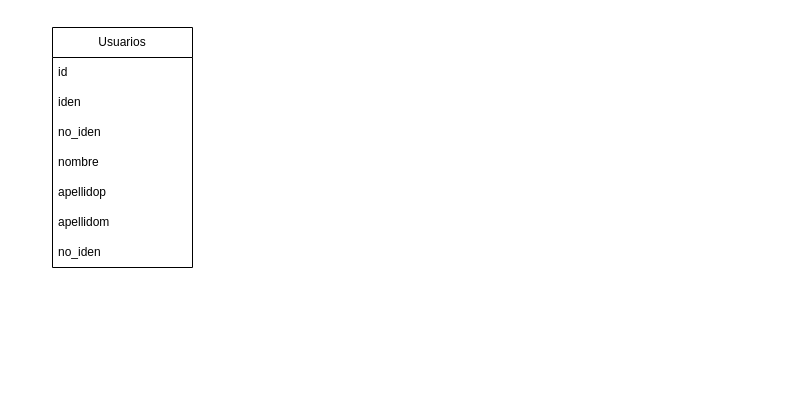
Before: page "Página-2" (2 of 2) of Proyecto_Desarrollo.drawio in Memo231823/ProyectoP, a draw.io diagram. Source tidied: cells renumbered, new cells numbered last; positions are measured from the earlier drawing's top-left corner, leaving out a move shared by most shapes. Both pictures are drawn from the tidied source at 100%, with x=0, y=0 at pixel (52, 27).
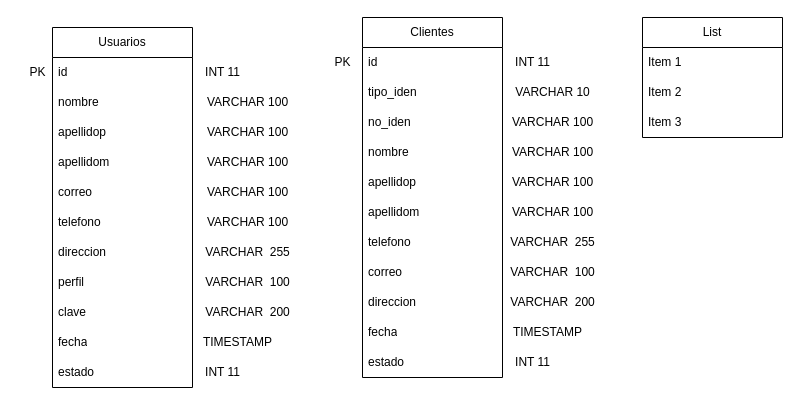
After the change.

What changed in the source:
```diff
@@
     <mxCell id="2" value="Usuarios" style="swimlane;fontStyle=0;horizontal=1;startSize=30;whiteSpace=wrap;html=1;" parent="1" vertex="1">
-      <mxGeometry width="140" height="240" as="geometry" />
+      <mxGeometry width="140" height="360" as="geometry" />
     </mxCell>
-    <mxCell id="3" value="id" style="text;strokeColor=none;fillColor=none;align=left;verticalAlign=middle;spacingLeft=4;spacingRight=4;overflow=hidden;whiteSpace=wrap;html=1;" parent="2" vertex="1">
-      <mxGeometry y="30" width="140" height="30" as="geometry" />
-    </mxCell>
-    <mxCell id="4" value="iden" style="text;strokeColor=none;fillColor=none;align=left;verticalAlign=middle;spacingLeft=4;spacingRight=4;overflow=hidden;whiteSpace=wrap;html=1;" parent="2" vertex="1">
-      <mxGeometry y="60" width="140" height="30" as="geometry" />
-    </mxCell>
-    <mxCell id="5" value="no_iden" style="text;strokeColor=none;fillColor=none;align=left;verticalAlign=middle;spacingLeft=4;spacingRight=4;overflow=hidden;whiteSpace=wrap;html=1;" parent="2" vertex="1">
-      <mxGeometry y="90" width="140" height="30" as="geometry" />
-    </mxCell>
+    <mxCell id="10" value="id" style="text;strokeColor=none;fillColor=none;align=left;verticalAlign=middle;spacingLeft=4;spacingRight=4;overflow=hidden;whiteSpace=wrap;html=1;" parent="2" vertex="1">
+      <mxGeometry y="30" width="140" height="30" as="geometry" />
+    </mxCell>
     <mxCell id="6" value="nombre" style="text;strokeColor=none;fillColor=none;align=left;verticalAlign=middle;spacingLeft=4;spacingRight=4;overflow=hidden;whiteSpace=wrap;html=1;" parent="2" vertex="1">
-      <mxGeometry y="120" width="140" height="30" as="geometry" />
+      <mxGeometry y="60" width="140" height="30" as="geometry" />
     </mxCell>
     <mxCell id="7" value="apellidop" style="text;strokeColor=none;fillColor=none;align=left;verticalAlign=middle;spacingLeft=4;spacingRight=4;overflow=hidden;whiteSpace=wrap;html=1;" parent="2" vertex="1">
-      <mxGeometry y="150" width="140" height="30" as="geometry" />
+      <mxGeometry y="90" width="140" height="30" as="geometry" />
     </mxCell>
     <mxCell id="8" value="apellidom" style="text;strokeColor=none;fillColor=none;align=left;verticalAlign=middle;spacingLeft=4;spacingRight=4;overflow=hidden;whiteSpace=wrap;html=1;" parent="2" vertex="1">
-      <mxGeometry y="180" width="140" height="30" as="geometry" />
+      <mxGeometry y="120" width="140" height="30" as="geometry" />
     </mxCell>
-    <mxCell id="9" value="no_iden" style="text;strokeColor=none;fillColor=none;align=left;verticalAlign=middle;spacingLeft=4;spacingRight=4;overflow=hidden;whiteSpace=wrap;html=1;" parent="2" vertex="1">
-      <mxGeometry y="210" width="140" height="30" as="geometry" />
+    <mxCell id="9" value="correo" style="text;strokeColor=none;fillColor=none;align=left;verticalAlign=middle;spacingLeft=4;spacingRight=4;overflow=hidden;whiteSpace=wrap;html=1;" parent="2" vertex="1">
+      <mxGeometry y="150" width="140" height="30" as="geometry" />
     </mxCell>
+    <mxCell id="11" value="telefono" style="text;strokeColor=none;fillColor=none;align=left;verticalAlign=middle;spacingLeft=4;spacingRight=4;overflow=hidden;whiteSpace=wrap;html=1;" parent="2" vertex="1">
+      <mxGeometry y="180" width="140" height="30" as="geometry" />
+    </mxCell>
+    <mxCell id="12" value="direccion" style="text;strokeColor=none;fillColor=none;align=left;verticalAlign=middle;spacingLeft=4;spacingRight=4;overflow=hidden;whiteSpace=wrap;html=1;" parent="2" vertex="1">
+      <mxGeometry y="210" width="140" height="30" as="geometry" />
+    </mxCell>
+    <mxCell id="13" value="perfil" style="text;strokeColor=none;fillColor=none;align=left;verticalAlign=middle;spacingLeft=4;spacingRight=4;overflow=hidden;whiteSpace=wrap;html=1;" parent="2" vertex="1">
+      <mxGeometry y="240" width="140" height="30" as="geometry" />
+    </mxCell>
+    <mxCell id="14" value="clave" style="text;strokeColor=none;fillColor=none;align=left;verticalAlign=middle;spacingLeft=4;spacingRight=4;overflow=hidden;whiteSpace=wrap;html=1;" parent="2" vertex="1">
+      <mxGeometry y="270" width="140" height="30" as="geometry" />
+    </mxCell>
+    <mxCell id="15" value="fecha" style="text;strokeColor=none;fillColor=none;align=left;verticalAlign=middle;spacingLeft=4;spacingRight=4;overflow=hidden;whiteSpace=wrap;html=1;" parent="2" vertex="1">
+      <mxGeometry y="300" width="140" height="30" as="geometry" />
+    </mxCell>
+    <mxCell id="16" value="estado" style="text;strokeColor=none;fillColor=none;align=left;verticalAlign=middle;spacingLeft=4;spacingRight=4;overflow=hidden;whiteSpace=wrap;html=1;" parent="2" vertex="1">
+      <mxGeometry y="330" width="140" height="30" as="geometry" />
+    </mxCell>
+    <mxCell id="17" value="PK" style="text;html=1;align=center;verticalAlign=middle;strokeColor=none;fillColor=none;" parent="1" vertex="1">
+      <mxGeometry x="-35" y="30" width="40" height="30" as="geometry" />
+    </mxCell>
+    <mxCell id="18" value="VARCHAR 100" style="text;html=1;align=center;verticalAlign=middle;strokeColor=none;fillColor=none;" parent="1" vertex="1">
+      <mxGeometry x="140" y="60" width="110" height="30" as="geometry" />
+    </mxCell>
+    <mxCell id="19" value="VARCHAR 100" style="text;html=1;align=center;verticalAlign=middle;strokeColor=none;fillColor=none;" parent="1" vertex="1">
+      <mxGeometry x="140" y="90" width="110" height="30" as="geometry" />
+    </mxCell>
+    <mxCell id="20" value="VARCHAR 100" style="text;html=1;align=center;verticalAlign=middle;strokeColor=none;fillColor=none;" parent="1" vertex="1">
+      <mxGeometry x="140" y="120" width="110" height="30" as="geometry" />
+    </mxCell>
+    <mxCell id="21" value="VARCHAR 100" style="text;html=1;align=center;verticalAlign=middle;strokeColor=none;fillColor=none;" parent="1" vertex="1">
+      <mxGeometry x="140" y="150" width="110" height="30" as="geometry" />
+    </mxCell>
+    <mxCell id="22" value="VARCHAR 100" style="text;html=1;align=center;verticalAlign=middle;strokeColor=none;fillColor=none;" parent="1" vertex="1">
+      <mxGeometry x="140" y="180" width="110" height="30" as="geometry" />
+    </mxCell>
+    <mxCell id="23" value="VARCHAR&amp;nbsp; 255" style="text;html=1;align=center;verticalAlign=middle;strokeColor=none;fillColor=none;" parent="1" vertex="1">
+      <mxGeometry x="140" y="210" width="110" height="30" as="geometry" />
+    </mxCell>
+    <mxCell id="24" value="VARCHAR&amp;nbsp; 100" style="text;html=1;align=center;verticalAlign=middle;strokeColor=none;fillColor=none;" parent="1" vertex="1">
+      <mxGeometry x="140" y="240" width="110" height="30" as="geometry" />
+    </mxCell>
+    <mxCell id="25" value="VARCHAR&amp;nbsp; 200" style="text;html=1;align=center;verticalAlign=middle;strokeColor=none;fillColor=none;" parent="1" vertex="1">
+      <mxGeometry x="140" y="270" width="110" height="30" as="geometry" />
+    </mxCell>
+    <mxCell id="26" value="TIMESTAMP" style="text;html=1;align=center;verticalAlign=middle;strokeColor=none;fillColor=none;" parent="1" vertex="1">
+      <mxGeometry x="140" y="300" width="90" height="30" as="geometry" />
+    </mxCell>
+    <mxCell id="27" value="INT 11" style="text;html=1;align=center;verticalAlign=middle;strokeColor=none;fillColor=none;" parent="1" vertex="1">
+      <mxGeometry x="140" y="330" width="60" height="30" as="geometry" />
+    </mxCell>
+    <mxCell id="28" value="INT 11" style="text;html=1;align=center;verticalAlign=middle;strokeColor=none;fillColor=none;" parent="1" vertex="1">
+      <mxGeometry x="140" y="30" width="60" height="30" as="geometry" />
+    </mxCell>
+    <mxCell id="29" value="Clientes" style="swimlane;fontStyle=0;horizontal=1;startSize=30;whiteSpace=wrap;html=1;" parent="1" vertex="1">
+      <mxGeometry x="310" y="-10" width="140" height="360" as="geometry" />
+    </mxCell>
+    <mxCell id="30" value="id" style="text;strokeColor=none;fillColor=none;align=left;verticalAlign=middle;spacingLeft=4;spacingRight=4;overflow=hidden;whiteSpace=wrap;html=1;" parent="29" vertex="1">
+      <mxGeometry y="30" width="140" height="30" as="geometry" />
+    </mxCell>
+    <mxCell id="31" value="tipo_iden" style="text;strokeColor=none;fillColor=none;align=left;verticalAlign=middle;spacingLeft=4;spacingRight=4;overflow=hidden;whiteSpace=wrap;html=1;" parent="29" vertex="1">
+      <mxGeometry y="60" width="140" height="30" as="geometry" />
+    </mxCell>
+    <mxCell id="5" value="no_iden" style="text;strokeColor=none;fillColor=none;align=left;verticalAlign=middle;spacingLeft=4;spacingRight=4;overflow=hidden;whiteSpace=wrap;html=1;" parent="29" vertex="1">
+      <mxGeometry y="90" width="140" height="30" as="geometry" />
+    </mxCell>
+    <mxCell id="32" value="nombre" style="text;strokeColor=none;fillColor=none;align=left;verticalAlign=middle;spacingLeft=4;spacingRight=4;overflow=hidden;whiteSpace=wrap;html=1;" parent="29" vertex="1">
+      <mxGeometry y="120" width="140" height="30" as="geometry" />
+    </mxCell>
+    <mxCell id="33" value="apellidop" style="text;strokeColor=none;fillColor=none;align=left;verticalAlign=middle;spacingLeft=4;spacingRight=4;overflow=hidden;whiteSpace=wrap;html=1;" parent="29" vertex="1">
+      <mxGeometry y="150" width="140" height="30" as="geometry" />
+    </mxCell>
+    <mxCell id="34" value="apellidom" style="text;strokeColor=none;fillColor=none;align=left;verticalAlign=middle;spacingLeft=4;spacingRight=4;overflow=hidden;whiteSpace=wrap;html=1;" parent="29" vertex="1">
+      <mxGeometry y="180" width="140" height="30" as="geometry" />
+    </mxCell>
+    <mxCell id="35" value="telefono" style="text;strokeColor=none;fillColor=none;align=left;verticalAlign=middle;spacingLeft=4;spacingRight=4;overflow=hidden;whiteSpace=wrap;html=1;" parent="29" vertex="1">
+      <mxGeometry y="210" width="140" height="30" as="geometry" />
+    </mxCell>
+    <mxCell id="36" value="correo" style="text;strokeColor=none;fillColor=none;align=left;verticalAlign=middle;spacingLeft=4;spacingRight=4;overflow=hidden;whiteSpace=wrap;html=1;" parent="29" vertex="1">
+      <mxGeometry y="240" width="140" height="30" as="geometry" />
+    </mxCell>
+    <mxCell id="37" value="direccion" style="text;strokeColor=none;fillColor=none;align=left;verticalAlign=middle;spacingLeft=4;spacingRight=4;overflow=hidden;whiteSpace=wrap;html=1;" parent="29" vertex="1">
+      <mxGeometry y="270" width="140" height="30" as="geometry" />
+    </mxCell>
+    <mxCell id="38" value="fecha" style="text;strokeColor=none;fillColor=none;align=left;verticalAlign=middle;spacingLeft=4;spacingRight=4;overflow=hidden;whiteSpace=wrap;html=1;" parent="29" vertex="1">
+      <mxGeometry y="300" width="140" height="30" as="geometry" />
+    </mxCell>
+    <mxCell id="39" value="estado" style="text;strokeColor=none;fillColor=none;align=left;verticalAlign=middle;spacingLeft=4;spacingRight=4;overflow=hidden;whiteSpace=wrap;html=1;" parent="29" vertex="1">
+      <mxGeometry y="330" width="140" height="30" as="geometry" />
+    </mxCell>
+    <mxCell id="40" value="PK" style="text;html=1;align=center;verticalAlign=middle;strokeColor=none;fillColor=none;" parent="1" vertex="1">
+      <mxGeometry x="270" y="20" width="40" height="30" as="geometry" />
+    </mxCell>
+    <mxCell id="41" value="VARCHAR 10" style="text;html=1;align=center;verticalAlign=middle;strokeColor=none;fillColor=none;" parent="1" vertex="1">
+      <mxGeometry x="450" y="50" width="100" height="30" as="geometry" />
+    </mxCell>
+    <mxCell id="42" value="VARCHAR 100" style="text;html=1;align=center;verticalAlign=middle;strokeColor=none;fillColor=none;" parent="1" vertex="1">
+      <mxGeometry x="445" y="80" width="110" height="30" as="geometry" />
+    </mxCell>
+    <mxCell id="43" value="VARCHAR 100" style="text;html=1;align=center;verticalAlign=middle;strokeColor=none;fillColor=none;" parent="1" vertex="1">
+      <mxGeometry x="445" y="110" width="110" height="30" as="geometry" />
+    </mxCell>
+    <mxCell id="44" value="VARCHAR 100" style="text;html=1;align=center;verticalAlign=middle;strokeColor=none;fillColor=none;" parent="1" vertex="1">
+      <mxGeometry x="445" y="140" width="110" height="30" as="geometry" />
+    </mxCell>
+    <mxCell id="45" value="VARCHAR 100" style="text;html=1;align=center;verticalAlign=middle;strokeColor=none;fillColor=none;" parent="1" vertex="1">
+      <mxGeometry x="445" y="170" width="110" height="30" as="geometry" />
+    </mxCell>
+    <mxCell id="46" value="VARCHAR&amp;nbsp; 255" style="text;html=1;align=center;verticalAlign=middle;strokeColor=none;fillColor=none;" parent="1" vertex="1">
+      <mxGeometry x="445" y="200" width="110" height="30" as="geometry" />
+    </mxCell>
+    <mxCell id="47" value="VARCHAR&amp;nbsp; 100" style="text;html=1;align=center;verticalAlign=middle;strokeColor=none;fillColor=none;" parent="1" vertex="1">
+      <mxGeometry x="445" y="230" width="110" height="30" as="geometry" />
+    </mxCell>
+    <mxCell id="48" value="VARCHAR&amp;nbsp; 200" style="text;html=1;align=center;verticalAlign=middle;strokeColor=none;fillColor=none;" parent="1" vertex="1">
+      <mxGeometry x="445" y="260" width="110" height="30" as="geometry" />
+    </mxCell>
+    <mxCell id="49" value="TIMESTAMP" style="text;html=1;align=center;verticalAlign=middle;strokeColor=none;fillColor=none;" parent="1" vertex="1">
+      <mxGeometry x="450" y="290" width="90" height="30" as="geometry" />
+    </mxCell>
+    <mxCell id="50" value="INT 11" style="text;html=1;align=center;verticalAlign=middle;strokeColor=none;fillColor=none;" parent="1" vertex="1">
+      <mxGeometry x="450" y="320" width="60" height="30" as="geometry" />
+    </mxCell>
+    <mxCell id="51" value="INT 11" style="text;html=1;align=center;verticalAlign=middle;strokeColor=none;fillColor=none;" parent="1" vertex="1">
+      <mxGeometry x="450" y="20" width="60" height="30" as="geometry" />
+    </mxCell>
+    <mxCell id="52" value="List" style="swimlane;fontStyle=0;horizontal=1;startSize=30;whiteSpace=wrap;html=1;" parent="1" vertex="1">
+      <mxGeometry x="590" y="-10" width="140" height="120" as="geometry" />
+    </mxCell>
+    <mxCell id="53" value="Item 1" style="text;strokeColor=none;fillColor=none;align=left;verticalAlign=middle;spacingLeft=4;spacingRight=4;overflow=hidden;whiteSpace=wrap;html=1;" parent="52" vertex="1">
+      <mxGeometry y="30" width="140" height="30" as="geometry" />
+    </mxCell>
+    <mxCell id="54" value="Item 2" style="text;strokeColor=none;fillColor=none;align=left;verticalAlign=middle;spacingLeft=4;spacingRight=4;overflow=hidden;whiteSpace=wrap;html=1;" parent="52" vertex="1">
+      <mxGeometry y="60" width="140" height="30" as="geometry" />
+    </mxCell>
+    <mxCell id="55" value="Item 3" style="text;strokeColor=none;fillColor=none;align=left;verticalAlign=middle;spacingLeft=4;spacingRight=4;overflow=hidden;whiteSpace=wrap;html=1;" parent="52" vertex="1">
+      <mxGeometry y="90" width="140" height="30" as="geometry" />
+    </mxCell>
```
